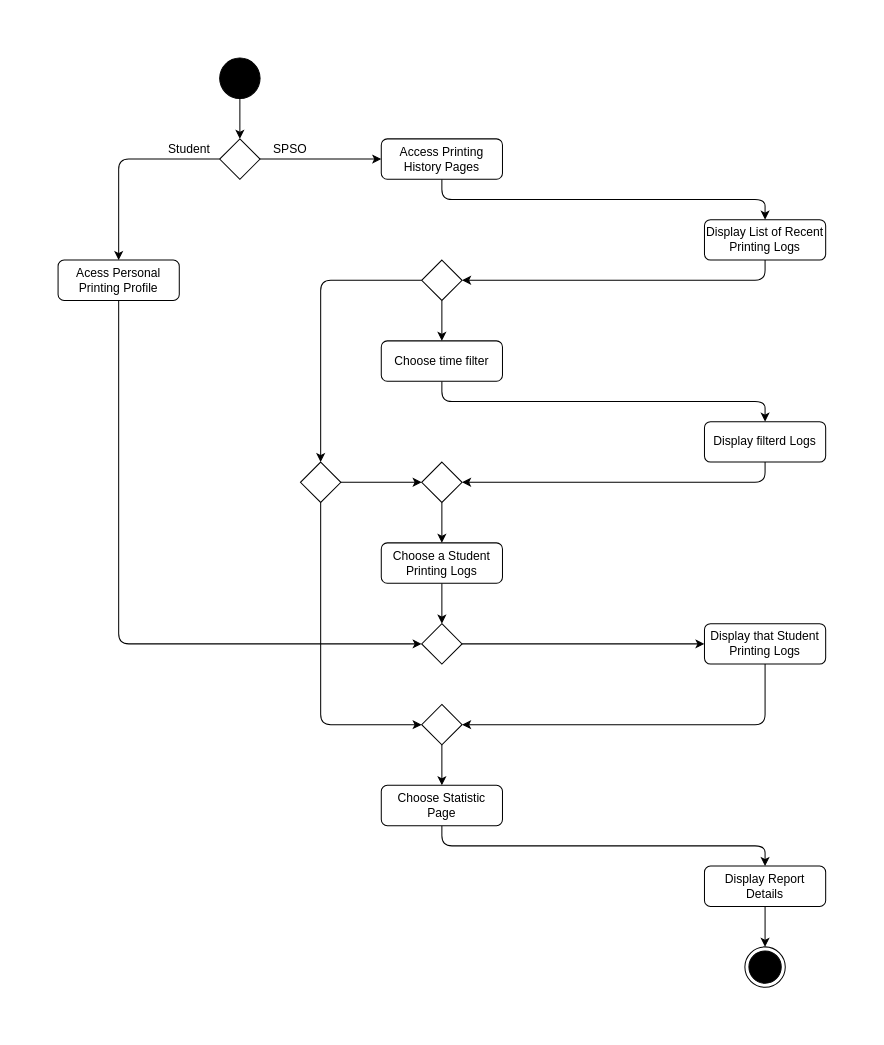
TitaniumBull224/se-ssps keeps this draw.io diagram as page "Printing History" (4 of 5) of Diagrams/activity.drawio. Above is the earlier version. Source tidied: cells renumbered, new cells numbered last; positions are measured from the earlier drawing's top-left corner, leaving out a move shared by most shapes. Both pictures are drawn from the tidied source at 101%, with x=0, y=0 at pixel (58, 58).
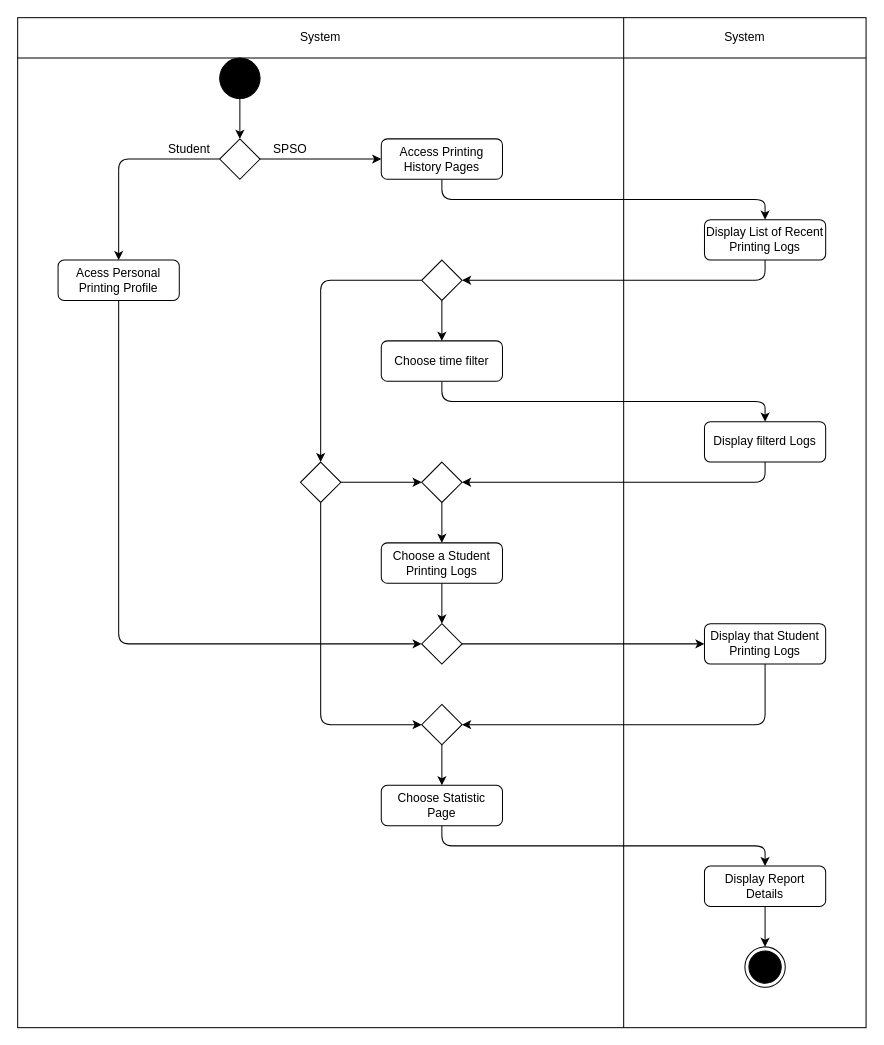
After the change.

The edit, as a diff of the source:
```diff
@@
+    <mxCell id="40" style="shape=internalStorage;whiteSpace=wrap;html=1;backgroundOutline=1;fillColor=none;dx=600;dy=40;" parent="1" vertex="1">
+      <mxGeometry x="-40" y="-40" width="840" height="1000" as="geometry" />
+    </mxCell>
+    <mxCell id="41" value="System" style="text;html=1;strokeColor=none;fillColor=none;align=center;verticalAlign=middle;whiteSpace=wrap;rounded=0;" parent="1" vertex="1">
+      <mxGeometry x="620" y="-40" width="120" height="40" as="geometry" />
+    </mxCell>
+    <mxCell id="42" value="System" style="text;html=1;strokeColor=none;fillColor=none;align=center;verticalAlign=middle;whiteSpace=wrap;rounded=0;" parent="1" vertex="1">
+      <mxGeometry x="200" y="-40" width="120" height="40" as="geometry" />
+    </mxCell>
```
